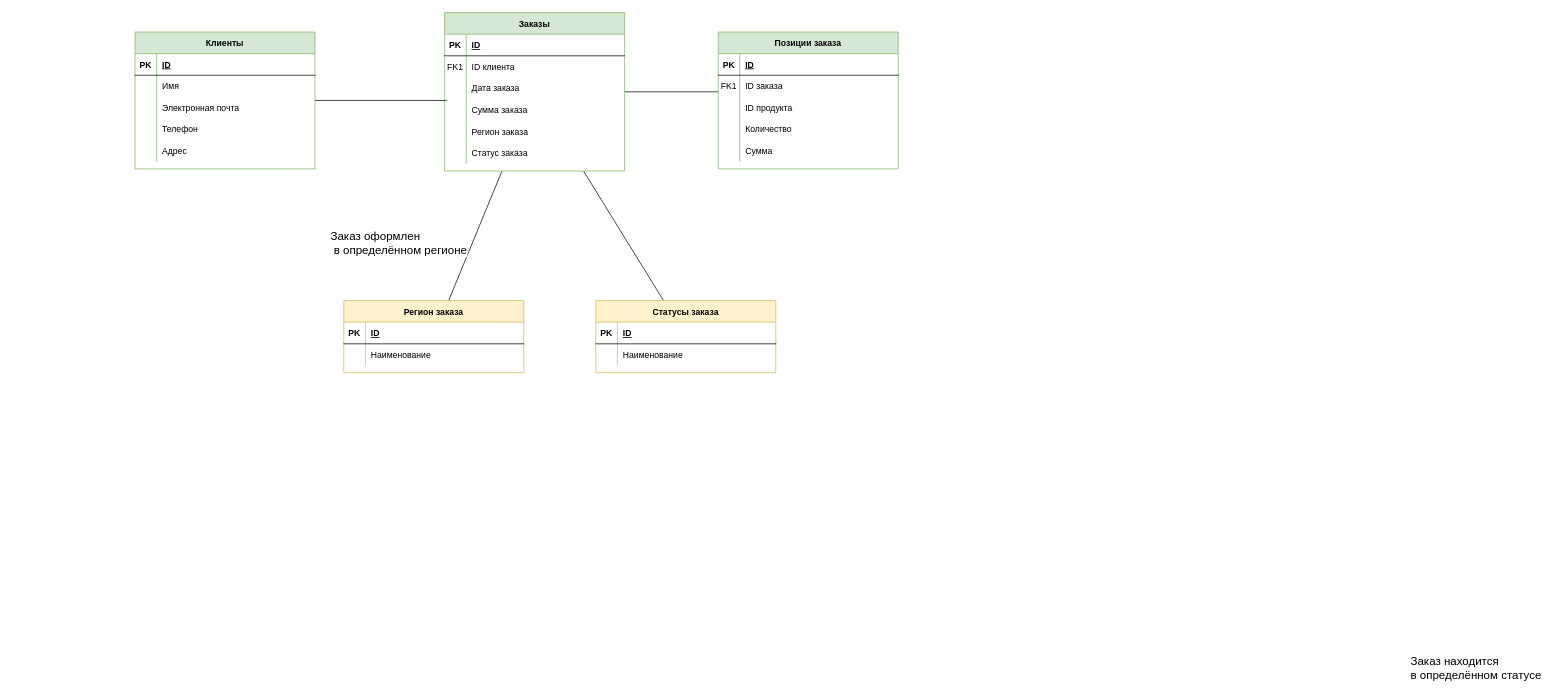
This is ERD Сайт и заказы.drawio from getitsoIved/examplesOfArtifacts, a draw.io file, before an edit. Source tidied: cells renumbered, new cells numbered last; positions are measured from the earlier drawing's top-left corner, leaving out a move shared by most shapes. Both pictures are drawn from the tidied source at 72%, with x=0, y=0 at pixel (135, 12).
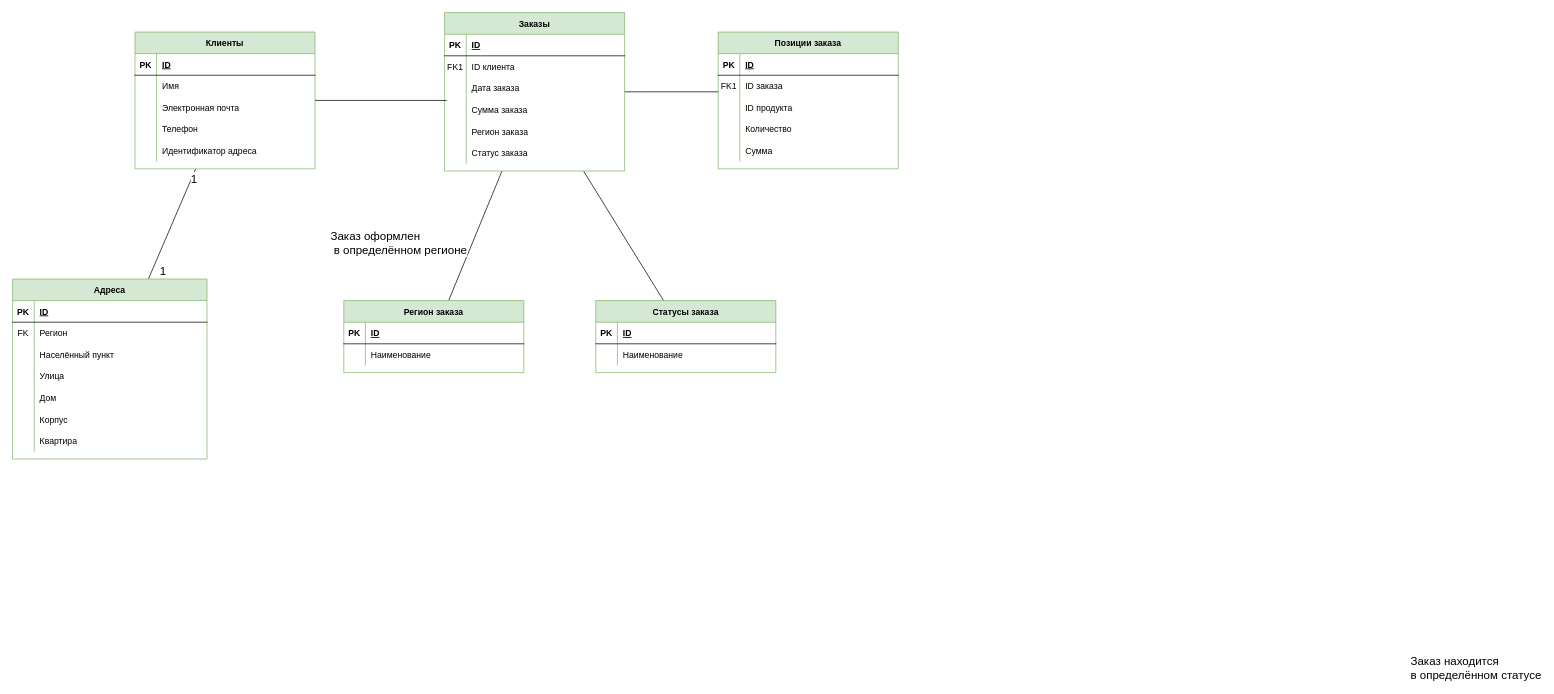
After the change.

The change refers to these unchanged cells:
```xml
<mxCell id="27" value="Клиенты" style="shape=table;startSize=30;childLayout=tableLayout;rowLines=0;fontStyle=1;align=center;fillColor=#d5e8d4;strokeColor=#82b366;" parent="1" vertex="1">
  <mxGeometry y="27" width="250" height="190" as="geometry" />
</mxCell>
<mxCell id="40" style="shape=partialRectangle;fillColor=none;top=0;left=0;right=0;bottom=0;" parent="27" vertex="1">
  <mxGeometry y="150" width="250" height="30" as="geometry" />
</mxCell>
```

What changed in the source:
```diff
@@
+    <mxCell id="73" style="rounded=0;jettySize=auto;html=1;endArrow=none;endFill=0;" parent="1" edge="1" source="27" target="76">
+      <mxGeometry relative="1" as="geometry" />
+    </mxCell>
+    <mxCell id="74" value="1" style="edgeLabel;html=1;align=center;verticalAlign=middle;fontSize=16;" parent="73" vertex="1">
+      <mxGeometry x="-0.84" y="3" relative="1" as="geometry" />
+    </mxCell>
+    <mxCell id="75" value="1&lt;br style=&quot;font-size: 16px;&quot;&gt;" style="edgeLabel;html=1;align=center;verticalAlign=middle;fontSize=16;" parent="73" vertex="1">
+      <mxGeometry x="0.85" relative="1" as="geometry">
+        <mxPoint x="15" as="offset" />
+      </mxGeometry>
+    </mxCell>
@@
-    <mxCell id="42" value="Адрес" style="shape=partialRectangle;overflow=hidden;fillColor=none;top=0;left=0;bottom=0;right=0;align=left;spacingLeft=6;" parent="40" vertex="1">
+    <mxCell id="42" value="Идентификатор адреса" style="shape=partialRectangle;overflow=hidden;fillColor=none;top=0;left=0;bottom=0;right=0;align=left;spacingLeft=6;" parent="40" vertex="1">
       <mxGeometry x="30" width="220" height="30" as="geometry" />
     </mxCell>
@@
-    <mxCell id="59" value="Статусы заказа" style="shape=table;startSize=30;childLayout=tableLayout;rowLines=0;fontStyle=1;align=center;fillColor=#fff2cc;strokeColor=#d6b656;" parent="1" vertex="1">
+    <mxCell id="59" value="Статусы заказа" style="shape=table;startSize=30;childLayout=tableLayout;rowLines=0;fontStyle=1;align=center;fillColor=#d5e8d4;strokeColor=#82b366;" parent="1" vertex="1">
       <mxGeometry x="640" y="400" width="250" height="100" as="geometry" />
     </mxCell>
@@
-    <mxCell id="66" value="Регион заказа" style="shape=table;startSize=30;childLayout=tableLayout;rowLines=0;fontStyle=1;align=center;fillColor=#fff2cc;strokeColor=#d6b656;" parent="1" vertex="1">
+    <mxCell id="66" value="Регион заказа" style="shape=table;startSize=30;childLayout=tableLayout;rowLines=0;fontStyle=1;align=center;fillColor=#d5e8d4;strokeColor=#82b366;" parent="1" vertex="1">
       <mxGeometry x="290" y="400" width="250" height="100" as="geometry" />
     </mxCell>
@@
+    <mxCell id="76" value="Адреса" style="shape=table;startSize=30;childLayout=tableLayout;rowLines=0;fontStyle=1;align=center;fillColor=#d5e8d4;strokeColor=#82b366;" parent="1" vertex="1">
+      <mxGeometry x="-170" y="370" width="270" height="250" as="geometry" />
+    </mxCell>
+    <mxCell id="77" style="shape=partialRectangle;fillColor=none;top=0;left=0;right=0;bottom=1;" parent="76" vertex="1">
+      <mxGeometry y="30" width="270" height="30" as="geometry" />
+    </mxCell>
+    <mxCell id="78" value="PK" style="shape=partialRectangle;overflow=hidden;fillColor=none;top=0;left=0;bottom=0;right=0;fontStyle=1;" parent="77" vertex="1">
+      <mxGeometry width="30" height="30" as="geometry" />
+    </mxCell>
+    <mxCell id="79" value="ID" style="shape=partialRectangle;overflow=hidden;fillColor=none;top=0;left=0;bottom=0;right=0;align=left;spacingLeft=6;fontStyle=5;" parent="77" vertex="1">
+      <mxGeometry x="30" width="240" height="30" as="geometry" />
+    </mxCell>
+    <mxCell id="80" style="shape=partialRectangle;fillColor=none;top=0;left=0;right=0;bottom=0;" parent="76" vertex="1">
+      <mxGeometry y="60" width="270" height="30" as="geometry" />
+    </mxCell>
+    <mxCell id="81" value="FK" style="shape=partialRectangle;overflow=hidden;fillColor=none;top=0;left=0;bottom=0;right=0;" parent="80" vertex="1">
+      <mxGeometry width="30" height="30" as="geometry" />
+    </mxCell>
+    <mxCell id="82" value="Регион" style="shape=partialRectangle;overflow=hidden;fillColor=none;top=0;left=0;bottom=0;right=0;align=left;spacingLeft=6;" parent="80" vertex="1">
+      <mxGeometry x="30" width="240" height="30" as="geometry" />
+    </mxCell>
+    <mxCell id="83" style="shape=partialRectangle;fillColor=none;top=0;left=0;right=0;bottom=0;" parent="76" vertex="1">
+      <mxGeometry y="90" width="270" height="30" as="geometry" />
+    </mxCell>
+    <mxCell id="84" style="shape=partialRectangle;overflow=hidden;fillColor=none;top=0;left=0;bottom=0;right=0;" parent="83" vertex="1">
+      <mxGeometry width="30" height="30" as="geometry" />
+    </mxCell>
+    <mxCell id="85" value="Населённый пункт" style="shape=partialRectangle;overflow=hidden;fillColor=none;top=0;left=0;bottom=0;right=0;align=left;spacingLeft=6;" parent="83" vertex="1">
+      <mxGeometry x="30" width="240" height="30" as="geometry" />
+    </mxCell>
+    <mxCell id="86" style="shape=partialRectangle;fillColor=none;top=0;left=0;right=0;bottom=0;" parent="76" vertex="1">
+      <mxGeometry y="120" width="270" height="30" as="geometry" />
+    </mxCell>
+    <mxCell id="87" style="shape=partialRectangle;overflow=hidden;fillColor=none;top=0;left=0;bottom=0;right=0;" parent="86" vertex="1">
+      <mxGeometry width="30" height="30" as="geometry" />
+    </mxCell>
+    <mxCell id="88" value="Улица" style="shape=partialRectangle;overflow=hidden;fillColor=none;top=0;left=0;bottom=0;right=0;align=left;spacingLeft=6;" parent="86" vertex="1">
+      <mxGeometry x="30" width="240" height="30" as="geometry" />
+    </mxCell>
+    <mxCell id="89" style="shape=partialRectangle;fillColor=none;top=0;left=0;right=0;bottom=0;" parent="76" vertex="1">
+      <mxGeometry y="150" width="270" height="30" as="geometry" />
+    </mxCell>
+    <mxCell id="90" style="shape=partialRectangle;overflow=hidden;fillColor=none;top=0;left=0;bottom=0;right=0;" parent="89" vertex="1">
+      <mxGeometry width="30" height="30" as="geometry" />
+    </mxCell>
+    <mxCell id="91" value="Дом" style="shape=partialRectangle;overflow=hidden;fillColor=none;top=0;left=0;bottom=0;right=0;align=left;spacingLeft=6;" parent="89" vertex="1">
+      <mxGeometry x="30" width="240" height="30" as="geometry" />
+    </mxCell>
+    <mxCell id="92" style="shape=partialRectangle;fillColor=none;top=0;left=0;right=0;bottom=0;" parent="76" vertex="1">
+      <mxGeometry y="180" width="270" height="30" as="geometry" />
+    </mxCell>
+    <mxCell id="93" style="shape=partialRectangle;overflow=hidden;fillColor=none;top=0;left=0;bottom=0;right=0;" parent="92" vertex="1">
+      <mxGeometry width="30" height="30" as="geometry" />
+    </mxCell>
+    <mxCell id="94" value="Корпус" style="shape=partialRectangle;overflow=hidden;fillColor=none;top=0;left=0;bottom=0;right=0;align=left;spacingLeft=6;" parent="92" vertex="1">
+      <mxGeometry x="30" width="240" height="30" as="geometry" />
+    </mxCell>
+    <mxCell id="95" style="shape=partialRectangle;fillColor=none;top=0;left=0;right=0;bottom=0;" parent="76" vertex="1">
+      <mxGeometry y="210" width="270" height="30" as="geometry" />
+    </mxCell>
+    <mxCell id="96" style="shape=partialRectangle;overflow=hidden;fillColor=none;top=0;left=0;bottom=0;right=0;" parent="95" vertex="1">
+      <mxGeometry width="30" height="30" as="geometry" />
+    </mxCell>
+    <mxCell id="97" value="Квартира" style="shape=partialRectangle;overflow=hidden;fillColor=none;top=0;left=0;bottom=0;right=0;align=left;spacingLeft=6;" parent="95" vertex="1">
+      <mxGeometry x="30" width="240" height="30" as="geometry" />
+    </mxCell>
```
